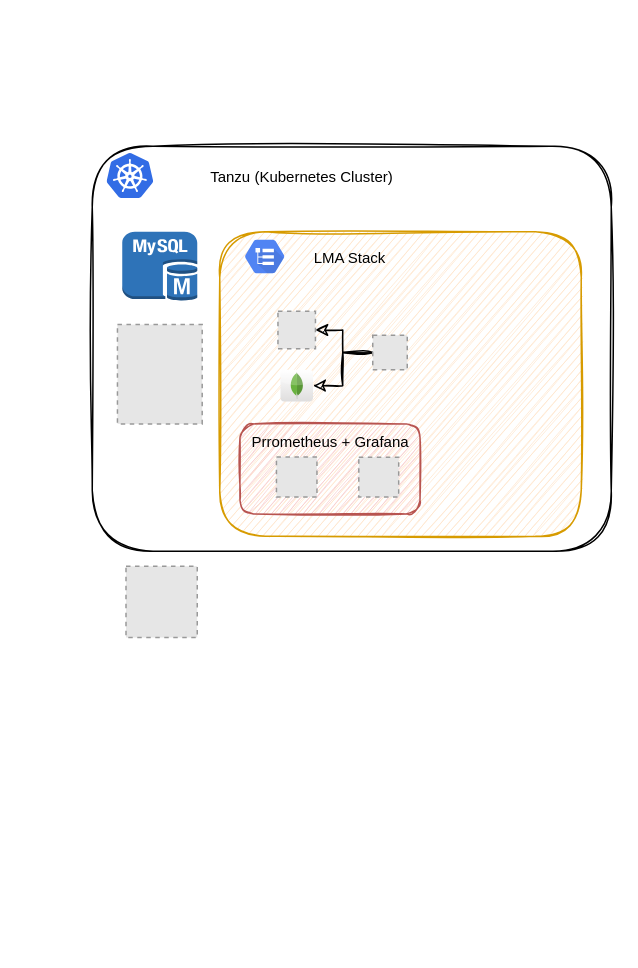
This is TUK_OSM_Alarm_Testing.drawio from caprivm/virtualization, a draw.io file, before an edit. Source tidied: cells renumbered, new cells numbered last; positions are measured from the earlier drawing's top-left corner, leaving out a move shared by most shapes. Both pictures are drawn from the tidied source at 150%, with x=0, y=0 at pixel (92, 146). Pictures stored in the file or linked from it are replaced by grey dashed boxes.
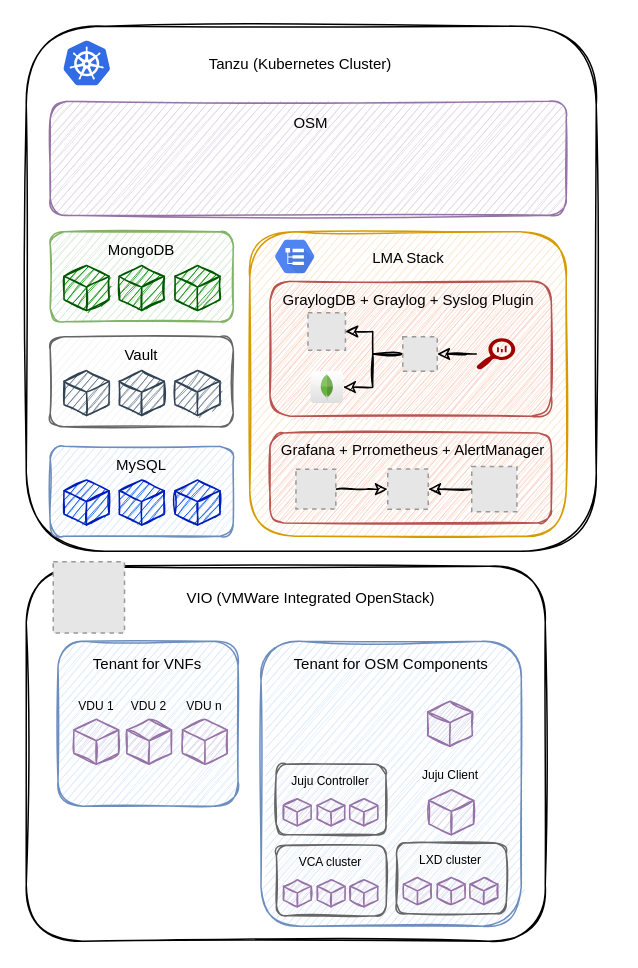
The same page after the edit.

Change to the diagram source:
```diff
@@
     <mxCell id="2" style="rounded=1;whiteSpace=wrap;html=1;sketch=1;" parent="1" vertex="1">
-      <mxGeometry width="346" height="270" as="geometry" />
+      <mxGeometry x="-44" y="-80" width="380" height="350" as="geometry" />
     </mxCell>
     <mxCell id="3" value="Tanzu (Kubernetes Cluster)" style="text;html=1;strokeColor=none;fillColor=none;align=center;verticalAlign=middle;whiteSpace=wrap;rounded=0;fontSize=10;sketch=1;shadow=0;glass=0;fontFamily=Helvetica;" parent="1" vertex="1">
-      <mxGeometry x="70" y="10" width="140" height="20" as="geometry" />
+      <mxGeometry x="69.1" y="-65" width="140" height="20" as="geometry" />
     </mxCell>
     <mxCell id="4" style="html=1;align=center;image;fontSize=12;image=img/lib/mscae/Kubernetes.svg;sketch=1;" parent="1" vertex="1">
-      <mxGeometry x="10" y="5" width="31.2" height="30" as="geometry" />
+      <mxGeometry x="-18.8" y="-70" width="31.2" height="30" as="geometry" />
     </mxCell>
-    <mxCell id="5" style="dashed=0;verticalLabelPosition=bottom;verticalAlign=top;align=center;html=1;shape=mxgraph.aws3.mysql_db_instance;fillColor=#2E73B8;gradientColor=none;sketch=0;fontSize=10;" parent="1" vertex="1">
-      <mxGeometry x="20" y="57" width="50" height="46" as="geometry" />
-    </mxCell>
     <mxCell id="6" style="rounded=1;whiteSpace=wrap;html=1;sketch=1;fontSize=10;fillColor=#ffe6cc;strokeColor=#d79b00;" parent="1" vertex="1">
-      <mxGeometry x="85" y="57" width="241" height="203" as="geometry" />
+      <mxGeometry x="105" y="57" width="211" height="203" as="geometry" />
     </mxCell>
     <mxCell id="7" value="LMA Stack" style="text;html=1;strokeColor=none;fillColor=none;align=center;verticalAlign=middle;whiteSpace=wrap;rounded=0;fontSize=10;sketch=1;shadow=0;glass=0;fontFamily=Helvetica;" parent="1" vertex="1">
-      <mxGeometry x="135" y="63.5" width="74" height="20" as="geometry" />
+      <mxGeometry x="173.5" y="63.5" width="74" height="20" as="geometry" />
     </mxCell>
     <mxCell id="8" style="html=1;fillColor=#5184F3;strokeColor=none;verticalAlign=top;labelPosition=center;verticalLabelPosition=bottom;align=center;spacingTop=-6;fontSize=11;fontStyle=1;fontColor=#999999;shape=mxgraph.gcp2.hexIcon;prIcon=logging;rounded=0;shadow=0;glass=0;sketch=0;fontFamily=Helvetica;" parent="1" vertex="1">
-      <mxGeometry x="95" y="57" width="40" height="33" as="geometry" />
+      <mxGeometry x="115" y="57" width="40" height="33" as="geometry" />
     </mxCell>
+    <mxCell id="14" style="rounded=1;whiteSpace=wrap;html=1;shadow=0;glass=0;sketch=1;fontFamily=Helvetica;fontSize=10;fillColor=#f8cecc;strokeColor=#b85450;" parent="1" vertex="1">
+      <mxGeometry x="118.5" y="191.1" width="187.5" height="60" as="geometry" />
+    </mxCell>
+    <mxCell id="15" style="fillColor=#E6E6E6;strokeColor=#999999;dashed=1;verticalLabelPosition=bottom;labelBackgroundColor=#ffffff;verticalAlign=top;" parent="1" vertex="1">
+      <mxGeometry x="197" y="215.2" width="27" height="26.8" as="geometry" />
+    </mxCell>
+    <mxCell id="20" style="edgeStyle=orthogonalEdgeStyle;rounded=0;sketch=1;jettySize=auto;html=1;fontFamily=Helvetica;fontSize=10;strokeWidth=1;" parent="1" edge="1" source="16" target="15">
+      <mxGeometry relative="1" as="geometry" />
+    </mxCell>
+    <mxCell id="16" style="fillColor=#E6E6E6;strokeColor=#999999;dashed=1;verticalLabelPosition=bottom;labelBackgroundColor=#ffffff;verticalAlign=top;" parent="1" vertex="1">
+      <mxGeometry x="135.8" y="215.3" width="26.6" height="26.6" as="geometry" />
+    </mxCell>
+    <mxCell id="17" value="Grafana + Prrometheus&amp;nbsp;+ AlertManager" style="text;html=1;strokeColor=none;fillColor=none;align=center;verticalAlign=middle;whiteSpace=wrap;rounded=0;fontSize=10;sketch=1;shadow=0;glass=0;fontFamily=Helvetica;" parent="1" vertex="1">
+      <mxGeometry x="114.5" y="192.1" width="197.5" height="20" as="geometry" />
+    </mxCell>
+    <mxCell id="21" style="rounded=1;whiteSpace=wrap;html=1;shadow=0;glass=0;sketch=1;fontFamily=Helvetica;fontSize=10;fillColor=#f8cecc;strokeColor=#b85450;" parent="1" vertex="1">
+      <mxGeometry x="118.5" y="90" width="187.5" height="90" as="geometry" />
+    </mxCell>
     <mxCell id="9" style="fillColor=#E6E6E6;strokeColor=#999999;dashed=1;verticalLabelPosition=bottom;labelBackgroundColor=#ffffff;verticalAlign=top;" parent="1" vertex="1">
-      <mxGeometry x="123.8" y="110" width="25" height="25" as="geometry" />
+      <mxGeometry x="143.8" y="111" width="25" height="25" as="geometry" />
     </mxCell>
@@
     <mxCell id="12" style="fillColor=#E6E6E6;strokeColor=#999999;dashed=1;verticalLabelPosition=bottom;labelBackgroundColor=#ffffff;verticalAlign=top;" parent="1" vertex="1">
-      <mxGeometry x="187" y="126" width="23" height="23" as="geometry" />
+      <mxGeometry x="207" y="127" width="23" height="23" as="geometry" />
     </mxCell>
+    <mxCell id="19" style="dashed=0;outlineConnect=0;html=1;align=center;labelPosition=center;verticalLabelPosition=bottom;verticalAlign=top;shape=mxgraph.webicons.mongodb;gradientColor=#DFDEDE;rounded=0;shadow=0;glass=0;sketch=0;fontFamily=Helvetica;fontSize=10;" parent="1" vertex="1">
+      <mxGeometry x="145.5" y="150" width="21.7" height="21.1" as="geometry" />
+    </mxCell>
+    <mxCell id="22" style="edgeStyle=orthogonalEdgeStyle;rounded=0;sketch=1;jettySize=auto;html=1;fontFamily=Helvetica;fontSize=10;strokeWidth=1;" parent="1" edge="1" source="23" target="12">
+      <mxGeometry relative="1" as="geometry" />
+    </mxCell>
+    <mxCell id="23" style="shadow=0;dashed=0;html=1;strokeColor=none;labelPosition=center;verticalLabelPosition=bottom;verticalAlign=top;align=center;shape=mxgraph.mscae.oms.log_search;rounded=0;glass=0;sketch=0;fontFamily=Helvetica;fontSize=10;fillColor=#A10000;" parent="1" vertex="1">
+      <mxGeometry x="256" y="128" width="26" height="21" as="geometry" />
+    </mxCell>
+    <mxCell id="24" value="GraylogDB + Graylog + Syslog Plugin" style="text;html=1;strokeColor=none;fillColor=none;align=center;verticalAlign=middle;whiteSpace=wrap;rounded=0;fontSize=10;sketch=1;shadow=0;glass=0;fontFamily=Helvetica;" parent="1" vertex="1">
+      <mxGeometry x="126" y="91.9" width="170" height="20" as="geometry" />
+    </mxCell>
+    <mxCell id="25" style="edgeStyle=orthogonalEdgeStyle;rounded=0;sketch=1;jettySize=auto;html=1;fontFamily=Helvetica;fontSize=10;strokeWidth=1;" parent="1" edge="1" source="26" target="15">
+      <mxGeometry relative="1" as="geometry" />
+    </mxCell>
+    <mxCell id="26" style="fillColor=#E6E6E6;strokeColor=#999999;dashed=1;verticalLabelPosition=bottom;labelBackgroundColor=#ffffff;verticalAlign=top;" parent="1" vertex="1">
+      <mxGeometry x="253" y="213.5" width="30.1" height="30.1" as="geometry" />
+    </mxCell>
+    <mxCell id="27" style="rounded=1;whiteSpace=wrap;html=1;sketch=1;" parent="1" vertex="1">
+      <mxGeometry x="-44" y="280" width="346" height="250" as="geometry" />
+    </mxCell>
     <mxCell id="13" style="fillColor=#E6E6E6;strokeColor=#999999;dashed=1;verticalLabelPosition=bottom;labelBackgroundColor=#ffffff;verticalAlign=top;" parent="1" vertex="1">
-      <mxGeometry x="22.5" y="280" width="47.5" height="47.5" as="geometry" />
+      <mxGeometry x="-26" y="277" width="47.5" height="47.5" as="geometry" />
     </mxCell>
-    <mxCell id="14" style="rounded=1;whiteSpace=wrap;html=1;shadow=0;glass=0;sketch=1;fontFamily=Helvetica;fontSize=10;fillColor=#f8cecc;strokeColor=#b85450;" parent="1" vertex="1">
-      <mxGeometry x="98.5" y="185.1" width="120" height="60" as="geometry" />
-    </mxCell>
-    <mxCell id="15" style="fillColor=#E6E6E6;strokeColor=#999999;dashed=1;verticalLabelPosition=bottom;labelBackgroundColor=#ffffff;verticalAlign=top;" parent="1" vertex="1">
-      <mxGeometry x="122.8" y="207.1" width="27" height="26.8" as="geometry" />
-    </mxCell>
-    <mxCell id="16" style="fillColor=#E6E6E6;strokeColor=#999999;dashed=1;verticalLabelPosition=bottom;labelBackgroundColor=#ffffff;verticalAlign=top;" parent="1" vertex="1">
-      <mxGeometry x="177.7" y="207.3" width="26.6" height="26.6" as="geometry" />
-    </mxCell>
-    <mxCell id="17" value="Prrometheus + Grafana" style="text;html=1;strokeColor=none;fillColor=none;align=center;verticalAlign=middle;whiteSpace=wrap;rounded=0;fontSize=10;sketch=1;shadow=0;glass=0;fontFamily=Helvetica;" parent="1" vertex="1">
-      <mxGeometry x="98.5" y="187.1" width="120" height="20" as="geometry" />
-    </mxCell>
-    <mxCell id="18" style="fillColor=#E6E6E6;strokeColor=#999999;dashed=1;verticalLabelPosition=bottom;labelBackgroundColor=#ffffff;verticalAlign=top;" parent="1" vertex="1">
-      <mxGeometry x="16.8" y="118.9" width="56.5" height="66.2" as="geometry" />
-    </mxCell>
-    <mxCell id="19" style="dashed=0;outlineConnect=0;html=1;align=center;labelPosition=center;verticalLabelPosition=bottom;verticalAlign=top;shape=mxgraph.webicons.mongodb;gradientColor=#DFDEDE;rounded=0;shadow=0;glass=0;sketch=0;fontFamily=Helvetica;fontSize=10;" parent="1" vertex="1">
-      <mxGeometry x="125.5" y="149" width="21.7" height="21.1" as="geometry" />
-    </mxCell>
+    <mxCell id="28" value="VIO (VMWare Integrated OpenStack)" style="text;html=1;strokeColor=none;fillColor=none;align=center;verticalAlign=middle;whiteSpace=wrap;rounded=0;shadow=0;glass=0;sketch=1;fontFamily=Helvetica;fontSize=10;" parent="1" vertex="1">
+      <mxGeometry x="55.1" y="290.8" width="182" height="20" as="geometry" />
+    </mxCell>
+    <mxCell id="29" style="rounded=1;whiteSpace=wrap;html=1;shadow=0;glass=0;sketch=1;fontFamily=Helvetica;fontSize=10;fillColor=#dae8fc;strokeColor=#6c8ebf;" parent="1" vertex="1">
+      <mxGeometry x="-22.8" y="330" width="120" height="110" as="geometry" />
+    </mxCell>
+    <mxCell id="30" value="Tenant for VNFs" style="text;html=1;strokeColor=none;fillColor=none;align=center;verticalAlign=middle;whiteSpace=wrap;rounded=0;shadow=0;glass=0;sketch=1;fontFamily=Helvetica;fontSize=10;" parent="1" vertex="1">
+      <mxGeometry x="-13.8" y="335" width="102" height="20" as="geometry" />
+    </mxCell>
+    <mxCell id="31" style="rounded=1;whiteSpace=wrap;html=1;shadow=0;glass=0;sketch=1;fontFamily=Helvetica;fontSize=10;fillColor=#dae8fc;strokeColor=#6c8ebf;" parent="1" vertex="1">
+      <mxGeometry x="112.5" y="330" width="173.5" height="190" as="geometry" />
+    </mxCell>
+    <mxCell id="32" value="Tenant for OSM Components" style="text;html=1;strokeColor=none;fillColor=none;align=center;verticalAlign=middle;whiteSpace=wrap;rounded=0;shadow=0;glass=0;sketch=1;fontFamily=Helvetica;fontSize=10;" parent="1" vertex="1">
+      <mxGeometry x="122.8" y="335" width="153.2" height="20" as="geometry" />
+    </mxCell>
+    <mxCell id="33" style="html=1;whiteSpace=wrap;shape=isoCube2;backgroundOutline=1;isoAngle=15;rounded=0;shadow=0;glass=0;sketch=1;fontFamily=Helvetica;fontSize=10;fillColor=#e1d5e7;strokeColor=#9673a6;" parent="1" vertex="1">
+      <mxGeometry x="-12.2" y="382" width="29.8" height="30" as="geometry" />
+    </mxCell>
+    <mxCell id="34" style="html=1;whiteSpace=wrap;shape=isoCube2;backgroundOutline=1;isoAngle=15;rounded=0;shadow=0;glass=0;sketch=1;fontFamily=Helvetica;fontSize=10;fillColor=#e1d5e7;strokeColor=#9673a6;" parent="1" vertex="1">
+      <mxGeometry x="23" y="382" width="29.8" height="30" as="geometry" />
+    </mxCell>
+    <mxCell id="35" style="html=1;whiteSpace=wrap;shape=isoCube2;backgroundOutline=1;isoAngle=15;rounded=0;shadow=0;glass=0;sketch=1;fontFamily=Helvetica;fontSize=10;fillColor=#e1d5e7;strokeColor=#9673a6;" parent="1" vertex="1">
+      <mxGeometry x="60.2" y="382" width="29.8" height="30" as="geometry" />
+    </mxCell>
+    <mxCell id="36" value="VDU 1" style="text;html=1;strokeColor=none;fillColor=none;align=center;verticalAlign=middle;whiteSpace=wrap;rounded=0;shadow=0;glass=0;sketch=1;fontFamily=Helvetica;fontSize=8;" parent="1" vertex="1">
+      <mxGeometry x="-17.4" y="363" width="40" height="20" as="geometry" />
+    </mxCell>
+    <mxCell id="37" value="VDU 2" style="text;html=1;strokeColor=none;fillColor=none;align=center;verticalAlign=middle;whiteSpace=wrap;rounded=0;shadow=0;glass=0;sketch=1;fontFamily=Helvetica;fontSize=8;" parent="1" vertex="1">
+      <mxGeometry x="17.9" y="363" width="40" height="20" as="geometry" />
+    </mxCell>
+    <mxCell id="38" value="VDU n" style="text;html=1;strokeColor=none;fillColor=none;align=center;verticalAlign=middle;whiteSpace=wrap;rounded=0;shadow=0;glass=0;sketch=1;fontFamily=Helvetica;fontSize=8;" parent="1" vertex="1">
+      <mxGeometry x="55.1" y="363" width="40" height="20" as="geometry" />
+    </mxCell>
+    <mxCell id="39" style="rounded=1;whiteSpace=wrap;html=1;shadow=0;glass=0;sketch=1;fontFamily=Helvetica;fontSize=8;fillColor=#f5f5f5;strokeColor=#666666;fontColor=#333333;" parent="1" vertex="1">
+      <mxGeometry x="122.8" y="466" width="73.2" height="47" as="geometry" />
+    </mxCell>
+    <mxCell id="40" value="VCA cluster" style="text;html=1;strokeColor=none;fillColor=none;align=center;verticalAlign=middle;whiteSpace=wrap;rounded=0;shadow=0;glass=0;sketch=1;fontFamily=Helvetica;fontSize=8;" parent="1" vertex="1">
+      <mxGeometry x="129.4" y="467" width="60" height="20" as="geometry" />
+    </mxCell>
+    <mxCell id="41" style="html=1;whiteSpace=wrap;shape=isoCube2;backgroundOutline=1;isoAngle=15;rounded=0;shadow=0;glass=0;sketch=1;fontFamily=Helvetica;fontSize=10;fillColor=#e1d5e7;strokeColor=#9673a6;" parent="1" vertex="1">
+      <mxGeometry x="127.5" y="489" width="18.5" height="18" as="geometry" />
+    </mxCell>
+    <mxCell id="42" style="html=1;whiteSpace=wrap;shape=isoCube2;backgroundOutline=1;isoAngle=15;rounded=0;shadow=0;glass=0;sketch=1;fontFamily=Helvetica;fontSize=10;fillColor=#e1d5e7;strokeColor=#9673a6;" parent="1" vertex="1">
+      <mxGeometry x="150" y="489" width="18.5" height="18" as="geometry" />
+    </mxCell>
+    <mxCell id="43" style="html=1;whiteSpace=wrap;shape=isoCube2;backgroundOutline=1;isoAngle=15;rounded=0;shadow=0;glass=0;sketch=1;fontFamily=Helvetica;fontSize=10;fillColor=#e1d5e7;strokeColor=#9673a6;" parent="1" vertex="1">
+      <mxGeometry x="171.9" y="489" width="18.5" height="18" as="geometry" />
+    </mxCell>
+    <mxCell id="44" style="rounded=1;whiteSpace=wrap;html=1;shadow=0;glass=0;sketch=1;fontFamily=Helvetica;fontSize=8;fillColor=#f5f5f5;strokeColor=#666666;fontColor=#333333;" parent="1" vertex="1">
+      <mxGeometry x="202.8" y="464.5" width="73.2" height="47" as="geometry" />
+    </mxCell>
+    <mxCell id="45" value="LXD cluster" style="text;html=1;strokeColor=none;fillColor=none;align=center;verticalAlign=middle;whiteSpace=wrap;rounded=0;shadow=0;glass=0;sketch=1;fontFamily=Helvetica;fontSize=8;" parent="1" vertex="1">
+      <mxGeometry x="209.4" y="465.5" width="60" height="20" as="geometry" />
+    </mxCell>
+    <mxCell id="46" style="html=1;whiteSpace=wrap;shape=isoCube2;backgroundOutline=1;isoAngle=15;rounded=0;shadow=0;glass=0;sketch=1;fontFamily=Helvetica;fontSize=10;fillColor=#e1d5e7;strokeColor=#9673a6;" parent="1" vertex="1">
+      <mxGeometry x="207.5" y="487.5" width="18.5" height="18" as="geometry" />
+    </mxCell>
+    <mxCell id="47" style="html=1;whiteSpace=wrap;shape=isoCube2;backgroundOutline=1;isoAngle=15;rounded=0;shadow=0;glass=0;sketch=1;fontFamily=Helvetica;fontSize=10;fillColor=#e1d5e7;strokeColor=#9673a6;" parent="1" vertex="1">
+      <mxGeometry x="230" y="487.5" width="18.5" height="18" as="geometry" />
+    </mxCell>
+    <mxCell id="48" style="html=1;whiteSpace=wrap;shape=isoCube2;backgroundOutline=1;isoAngle=15;rounded=0;shadow=0;glass=0;sketch=1;fontFamily=Helvetica;fontSize=10;fillColor=#e1d5e7;strokeColor=#9673a6;" parent="1" vertex="1">
+      <mxGeometry x="251.9" y="487.5" width="18.5" height="18" as="geometry" />
+    </mxCell>
+    <mxCell id="49" style="rounded=1;whiteSpace=wrap;html=1;shadow=0;glass=0;sketch=1;fontFamily=Helvetica;fontSize=8;fillColor=#dae8fc;strokeColor=#6c8ebf;" parent="1" vertex="1">
+      <mxGeometry x="-28" y="200" width="122" height="60" as="geometry" />
+    </mxCell>
+    <mxCell id="50" value="MySQL" style="text;html=1;strokeColor=none;fillColor=none;align=center;verticalAlign=middle;whiteSpace=wrap;rounded=0;fontSize=10;sketch=1;shadow=0;glass=0;fontFamily=Helvetica;" parent="1" vertex="1">
+      <mxGeometry x="-4" y="202.1" width="74" height="20" as="geometry" />
+    </mxCell>
+    <mxCell id="51" style="html=1;whiteSpace=wrap;shape=isoCube2;backgroundOutline=1;isoAngle=15;rounded=0;shadow=0;glass=0;sketch=1;fontFamily=Helvetica;fontSize=10;fillColor=#e1d5e7;strokeColor=#9673a6;" parent="1" vertex="1">
+      <mxGeometry x="223.6" y="370" width="29.8" height="30" as="geometry" />
+    </mxCell>
+    <mxCell id="52" style="html=1;whiteSpace=wrap;shape=isoCube2;backgroundOutline=1;isoAngle=15;rounded=0;shadow=0;glass=0;sketch=1;fontFamily=Helvetica;fontSize=10;fillColor=#e1d5e7;strokeColor=#9673a6;" parent="1" vertex="1">
+      <mxGeometry x="224.5" y="429" width="29.8" height="30" as="geometry" />
+    </mxCell>
+    <mxCell id="53" style="rounded=1;whiteSpace=wrap;html=1;shadow=0;glass=0;sketch=1;fontFamily=Helvetica;fontSize=8;fillColor=#f5f5f5;strokeColor=#666666;fontColor=#333333;" parent="1" vertex="1">
+      <mxGeometry x="122.6" y="412" width="73.2" height="47" as="geometry" />
+    </mxCell>
+    <mxCell id="54" value="Juju Controller" style="text;html=1;strokeColor=none;fillColor=none;align=center;verticalAlign=middle;whiteSpace=wrap;rounded=0;shadow=0;glass=0;sketch=1;fontFamily=Helvetica;fontSize=8;" parent="1" vertex="1">
+      <mxGeometry x="129.2" y="413" width="60" height="20" as="geometry" />
+    </mxCell>
+    <mxCell id="55" style="html=1;whiteSpace=wrap;shape=isoCube2;backgroundOutline=1;isoAngle=15;rounded=0;shadow=0;glass=0;sketch=1;fontFamily=Helvetica;fontSize=10;fillColor=#e1d5e7;strokeColor=#9673a6;" parent="1" vertex="1">
+      <mxGeometry x="127.4" y="435" width="18.5" height="18" as="geometry" />
+    </mxCell>
+    <mxCell id="56" style="html=1;whiteSpace=wrap;shape=isoCube2;backgroundOutline=1;isoAngle=15;rounded=0;shadow=0;glass=0;sketch=1;fontFamily=Helvetica;fontSize=10;fillColor=#e1d5e7;strokeColor=#9673a6;" parent="1" vertex="1">
+      <mxGeometry x="149.9" y="435" width="18.5" height="18" as="geometry" />
+    </mxCell>
+    <mxCell id="57" style="html=1;whiteSpace=wrap;shape=isoCube2;backgroundOutline=1;isoAngle=15;rounded=0;shadow=0;glass=0;sketch=1;fontFamily=Helvetica;fontSize=10;fillColor=#e1d5e7;strokeColor=#9673a6;" parent="1" vertex="1">
+      <mxGeometry x="171.8" y="435" width="18.5" height="18" as="geometry" />
+    </mxCell>
+    <mxCell id="58" value="Juju Client" style="text;html=1;strokeColor=none;fillColor=none;align=center;verticalAlign=middle;whiteSpace=wrap;rounded=0;shadow=0;glass=0;sketch=1;fontFamily=Helvetica;fontSize=8;" parent="1" vertex="1">
+      <mxGeometry x="209.4" y="409" width="60" height="20" as="geometry" />
+    </mxCell>
+    <mxCell id="59" style="html=1;whiteSpace=wrap;shape=isoCube2;backgroundOutline=1;isoAngle=15;rounded=0;shadow=0;glass=0;sketch=1;fontFamily=Helvetica;fontSize=8;fillColor=#0050ef;strokeColor=#001DBC;fontColor=#ffffff;flipH=0;" parent="1" vertex="1">
+      <mxGeometry x="-18.8" y="222.5" width="30" height="30" as="geometry" />
+    </mxCell>
+    <mxCell id="60" style="html=1;whiteSpace=wrap;shape=isoCube2;backgroundOutline=1;isoAngle=15;rounded=0;shadow=0;glass=0;sketch=1;fontFamily=Helvetica;fontSize=8;fillColor=#0050ef;strokeColor=#001DBC;fontColor=#ffffff;flipH=0;" parent="1" vertex="1">
+      <mxGeometry x="18" y="222.5" width="30" height="30" as="geometry" />
+    </mxCell>
+    <mxCell id="61" style="html=1;whiteSpace=wrap;shape=isoCube2;backgroundOutline=1;isoAngle=15;rounded=0;shadow=0;glass=0;sketch=1;fontFamily=Helvetica;fontSize=8;fillColor=#0050ef;strokeColor=#001DBC;fontColor=#ffffff;flipH=0;" parent="1" vertex="1">
+      <mxGeometry x="55.2" y="222.5" width="30" height="30" as="geometry" />
+    </mxCell>
+    <mxCell id="62" style="rounded=1;whiteSpace=wrap;html=1;shadow=0;glass=0;sketch=1;fontFamily=Helvetica;fontSize=8;fillColor=#f5f5f5;strokeColor=#666666;fontColor=#333333;" parent="1" vertex="1">
+      <mxGeometry x="-28" y="127" width="122" height="60" as="geometry" />
+    </mxCell>
+    <mxCell id="63" value="Vault" style="text;html=1;strokeColor=none;fillColor=none;align=center;verticalAlign=middle;whiteSpace=wrap;rounded=0;fontSize=10;sketch=1;shadow=0;glass=0;fontFamily=Helvetica;" parent="1" vertex="1">
+      <mxGeometry x="-4" y="129.1" width="74" height="20" as="geometry" />
+    </mxCell>
+    <mxCell id="64" style="html=1;whiteSpace=wrap;shape=isoCube2;backgroundOutline=1;isoAngle=15;rounded=0;shadow=0;glass=0;sketch=1;fontFamily=Helvetica;fontSize=8;fillColor=#647687;strokeColor=#314354;fontColor=#ffffff;flipH=0;" parent="1" vertex="1">
+      <mxGeometry x="-18.8" y="149.5" width="30" height="30" as="geometry" />
+    </mxCell>
+    <mxCell id="65" style="html=1;whiteSpace=wrap;shape=isoCube2;backgroundOutline=1;isoAngle=15;rounded=0;shadow=0;glass=0;sketch=1;fontFamily=Helvetica;fontSize=8;fillColor=#647687;strokeColor=#314354;fontColor=#ffffff;flipH=0;" parent="1" vertex="1">
+      <mxGeometry x="18" y="149.5" width="30" height="30" as="geometry" />
+    </mxCell>
+    <mxCell id="66" style="html=1;whiteSpace=wrap;shape=isoCube2;backgroundOutline=1;isoAngle=15;rounded=0;shadow=0;glass=0;sketch=1;fontFamily=Helvetica;fontSize=8;fillColor=#647687;strokeColor=#314354;fontColor=#ffffff;flipH=0;" parent="1" vertex="1">
+      <mxGeometry x="55.2" y="149.5" width="30" height="30" as="geometry" />
+    </mxCell>
+    <mxCell id="67" style="rounded=1;whiteSpace=wrap;html=1;shadow=0;glass=0;sketch=1;fontFamily=Helvetica;fontSize=8;fillColor=#d5e8d4;strokeColor=#82b366;" parent="1" vertex="1">
+      <mxGeometry x="-28" y="57" width="122" height="60" as="geometry" />
+    </mxCell>
+    <mxCell id="68" value="MongoDB" style="text;html=1;strokeColor=none;fillColor=none;align=center;verticalAlign=middle;whiteSpace=wrap;rounded=0;fontSize=10;sketch=1;shadow=0;glass=0;fontFamily=Helvetica;" parent="1" vertex="1">
+      <mxGeometry x="-4" y="59.1" width="74" height="20" as="geometry" />
+    </mxCell>
+    <mxCell id="69" style="html=1;whiteSpace=wrap;shape=isoCube2;backgroundOutline=1;isoAngle=15;rounded=0;shadow=0;glass=0;sketch=1;fontFamily=Helvetica;fontSize=8;fillColor=#008a00;strokeColor=#005700;fontColor=#ffffff;flipH=0;" parent="1" vertex="1">
+      <mxGeometry x="-18.8" y="79.5" width="30" height="30" as="geometry" />
+    </mxCell>
+    <mxCell id="70" style="html=1;whiteSpace=wrap;shape=isoCube2;backgroundOutline=1;isoAngle=15;rounded=0;shadow=0;glass=0;sketch=1;fontFamily=Helvetica;fontSize=8;fillColor=#008a00;strokeColor=#005700;fontColor=#ffffff;flipH=0;" parent="1" vertex="1">
+      <mxGeometry x="18" y="79.5" width="30" height="30" as="geometry" />
+    </mxCell>
+    <mxCell id="71" style="html=1;whiteSpace=wrap;shape=isoCube2;backgroundOutline=1;isoAngle=15;rounded=0;shadow=0;glass=0;sketch=1;fontFamily=Helvetica;fontSize=8;fillColor=#008a00;strokeColor=#005700;fontColor=#ffffff;flipH=0;" parent="1" vertex="1">
+      <mxGeometry x="55.2" y="79.5" width="30" height="30" as="geometry" />
+    </mxCell>
+    <mxCell id="72" style="rounded=1;whiteSpace=wrap;html=1;shadow=0;glass=0;sketch=1;fontFamily=Helvetica;fontSize=8;fillColor=#e1d5e7;strokeColor=#9673a6;" parent="1" vertex="1">
+      <mxGeometry x="-28" y="-30" width="344" height="76" as="geometry" />
+    </mxCell>
+    <mxCell id="73" value="OSM" style="text;html=1;strokeColor=none;fillColor=none;align=center;verticalAlign=middle;whiteSpace=wrap;rounded=0;fontSize=10;sketch=1;shadow=0;glass=0;fontFamily=Helvetica;" parent="1" vertex="1">
+      <mxGeometry x="109" y="-26" width="74" height="20" as="geometry" />
+    </mxCell>
```
